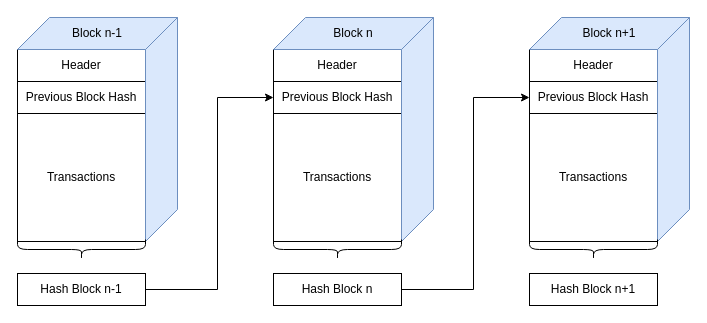
Before: page "blockchain" (2 of 19) of .drawio in mducbg2000/crepe-dao, a draw.io diagram. Source tidied: cells renumbered, new cells numbered last; positions are measured from the earlier drawing's top-left corner, leaving out a move shared by most shapes. Both pictures are drawn from the tidied source at 100%, with x=0, y=0 at pixel (17, 17).
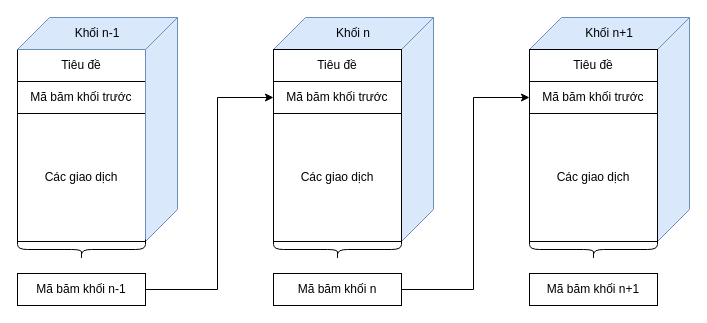
Above is the later version.

The edit, as a diff of the source:
```diff
@@
-    <mxCell id="2" value="Header" style="rounded=0;whiteSpace=wrap;html=1;" parent="1" vertex="1">
+    <mxCell id="2" value="Tiêu đề" style="rounded=0;whiteSpace=wrap;html=1;" parent="1" vertex="1">
       <mxGeometry y="32" width="128" height="32" as="geometry" />
     </mxCell>
-    <mxCell id="3" value="Transactions" style="rounded=0;whiteSpace=wrap;html=1;" parent="1" vertex="1">
+    <mxCell id="3" value="Các giao dịch" style="rounded=0;whiteSpace=wrap;html=1;" parent="1" vertex="1">
       <mxGeometry y="96" width="128" height="128" as="geometry" />
     </mxCell>
-    <mxCell id="4" value="Hash Block n-1" style="rounded=0;whiteSpace=wrap;html=1;" parent="1" vertex="1">
+    <mxCell id="4" value="Mã băm khối n-1" style="rounded=0;whiteSpace=wrap;html=1;" parent="1" vertex="1">
       <mxGeometry y="256" width="128" height="32" as="geometry" />
     </mxCell>
-    <mxCell id="5" value="Previous Block Hash" style="rounded=0;whiteSpace=wrap;html=1;" parent="1" vertex="1">
+    <mxCell id="5" value="Mã băm khối trước" style="rounded=0;whiteSpace=wrap;html=1;" parent="1" vertex="1">
       <mxGeometry y="64" width="128" height="32" as="geometry" />
     </mxCell>
-    <mxCell id="6" value="Block n-1" style="shape=parallelogram;perimeter=parallelogramPerimeter;whiteSpace=wrap;html=1;fixedSize=1;size=32;fillColor=#dae8fc;strokeColor=#6c8ebf;" parent="1" vertex="1">
+    <mxCell id="6" value="Khối n-1" style="shape=parallelogram;perimeter=parallelogramPerimeter;whiteSpace=wrap;html=1;fixedSize=1;size=32;fillColor=#dae8fc;strokeColor=#6c8ebf;" parent="1" vertex="1">
       <mxGeometry width="160" height="32" as="geometry" />
     </mxCell>
@@
-    <mxCell id="8" value="Header" style="rounded=0;whiteSpace=wrap;html=1;" parent="1" vertex="1">
-      <mxGeometry x="256" y="32" width="128" height="32" as="geometry" />
-    </mxCell>
-    <mxCell id="9" value="Transactions" style="rounded=0;whiteSpace=wrap;html=1;" parent="1" vertex="1">
-      <mxGeometry x="256" y="96" width="128" height="128" as="geometry" />
-    </mxCell>
-    <mxCell id="10" value="Hash Block n" style="rounded=0;whiteSpace=wrap;html=1;" parent="1" vertex="1">
+    <mxCell id="10" value="Mã băm khối n" style="rounded=0;whiteSpace=wrap;html=1;" parent="1" vertex="1">
       <mxGeometry x="256" y="256" width="128" height="32" as="geometry" />
     </mxCell>
-    <mxCell id="11" value="Previous Block Hash" style="rounded=0;whiteSpace=wrap;html=1;" parent="1" vertex="1">
-      <mxGeometry x="256" y="64" width="128" height="32" as="geometry" />
-    </mxCell>
+    <mxCell id="25" style="edgeStyle=orthogonalEdgeStyle;rounded=0;orthogonalLoop=1;jettySize=auto;html=1;" parent="1" edge="1">
+      <mxGeometry relative="1" as="geometry">
+        <mxPoint x="320" y="96" as="sourcePoint" />
+        <mxPoint x="320" y="96" as="targetPoint" />
+      </mxGeometry>
+    </mxCell>
-    <mxCell id="12" value="Block n" style="shape=parallelogram;perimeter=parallelogramPerimeter;whiteSpace=wrap;html=1;fixedSize=1;size=32;fillColor=#dae8fc;strokeColor=#6c8ebf;" parent="1" vertex="1">
+    <mxCell id="12" value="Khối n" style="shape=parallelogram;perimeter=parallelogramPerimeter;whiteSpace=wrap;html=1;fixedSize=1;size=32;fillColor=#dae8fc;strokeColor=#6c8ebf;" parent="1" vertex="1">
       <mxGeometry x="256" width="160" height="32" as="geometry" />
     </mxCell>
@@
-    <mxCell id="14" value="Header" style="rounded=0;whiteSpace=wrap;html=1;" parent="1" vertex="1">
-      <mxGeometry x="512" y="32" width="128" height="32" as="geometry" />
-    </mxCell>
-    <mxCell id="15" value="Transactions" style="rounded=0;whiteSpace=wrap;html=1;" parent="1" vertex="1">
-      <mxGeometry x="512" y="96" width="128" height="128" as="geometry" />
-    </mxCell>
-    <mxCell id="16" value="Hash Block n+1" style="rounded=0;whiteSpace=wrap;html=1;" parent="1" vertex="1">
+    <mxCell id="16" value="Mã băm khối n+1" style="rounded=0;whiteSpace=wrap;html=1;" parent="1" vertex="1">
       <mxGeometry x="512" y="256" width="128" height="32" as="geometry" />
     </mxCell>
-    <mxCell id="17" value="Previous Block Hash" style="rounded=0;whiteSpace=wrap;html=1;" parent="1" vertex="1">
-      <mxGeometry x="512" y="64" width="128" height="32" as="geometry" />
-    </mxCell>
-    <mxCell id="18" value="Block n+1" style="shape=parallelogram;perimeter=parallelogramPerimeter;whiteSpace=wrap;html=1;fixedSize=1;size=32;fillColor=#dae8fc;strokeColor=#6c8ebf;" parent="1" vertex="1">
+    <mxCell id="18" value="Khối n+1" style="shape=parallelogram;perimeter=parallelogramPerimeter;whiteSpace=wrap;html=1;fixedSize=1;size=32;fillColor=#dae8fc;strokeColor=#6c8ebf;" parent="1" vertex="1">
       <mxGeometry x="512" width="160" height="32" as="geometry" />
     </mxCell>
@@
-    <mxCell id="20" style="endArrow=classic;html=1;exitX=1;exitY=0.5;exitDx=0;exitDy=0;entryX=0;entryY=0.5;entryDx=0;entryDy=0;rounded=0;" parent="1" edge="1" source="4" target="11">
+    <mxCell id="20" style="endArrow=classic;html=1;exitX=1;exitY=0.5;exitDx=0;exitDy=0;entryX=0;entryY=0.5;entryDx=0;entryDy=0;rounded=0;" parent="1" edge="1" source="4" target="28">
       <mxGeometry relative="1" as="geometry">
         <Array as="points">
           <mxPoint x="200" y="272" />
           <mxPoint x="200" y="80" />
         </Array>
       </mxGeometry>
     </mxCell>
-    <mxCell id="21" style="endArrow=classic;html=1;rounded=0;exitX=1;exitY=0.5;exitDx=0;exitDy=0;entryX=0;entryY=0.5;entryDx=0;entryDy=0;" parent="1" edge="1" source="10" target="17">
+    <mxCell id="21" style="endArrow=classic;html=1;rounded=0;exitX=1;exitY=0.5;exitDx=0;exitDy=0;entryX=0;entryY=0.5;entryDx=0;entryDy=0;" parent="1" edge="1" source="10" target="31">
       <mxGeometry relative="1" as="geometry">
         <Array as="points">
           <mxPoint x="456" y="272" />
           <mxPoint x="456" y="80" />
         </Array>
       </mxGeometry>
     </mxCell>
@@
+    <mxCell id="26" value="Tiêu đề" style="rounded=0;whiteSpace=wrap;html=1;" parent="1" vertex="1">
+      <mxGeometry x="256" y="32" width="128" height="32" as="geometry" />
+    </mxCell>
+    <mxCell id="27" value="Các giao dịch" style="rounded=0;whiteSpace=wrap;html=1;" parent="1" vertex="1">
+      <mxGeometry x="256" y="96" width="128" height="128" as="geometry" />
+    </mxCell>
+    <mxCell id="28" value="Mã băm khối trước" style="rounded=0;whiteSpace=wrap;html=1;" parent="1" vertex="1">
+      <mxGeometry x="256" y="64" width="128" height="32" as="geometry" />
+    </mxCell>
+    <mxCell id="29" value="Tiêu đề" style="rounded=0;whiteSpace=wrap;html=1;" parent="1" vertex="1">
+      <mxGeometry x="512" y="32" width="128" height="32" as="geometry" />
+    </mxCell>
+    <mxCell id="30" value="Các giao dịch" style="rounded=0;whiteSpace=wrap;html=1;" parent="1" vertex="1">
+      <mxGeometry x="512" y="96" width="128" height="128" as="geometry" />
+    </mxCell>
+    <mxCell id="31" value="Mã băm khối trước" style="rounded=0;whiteSpace=wrap;html=1;" parent="1" vertex="1">
+      <mxGeometry x="512" y="64" width="128" height="32" as="geometry" />
+    </mxCell>
```
